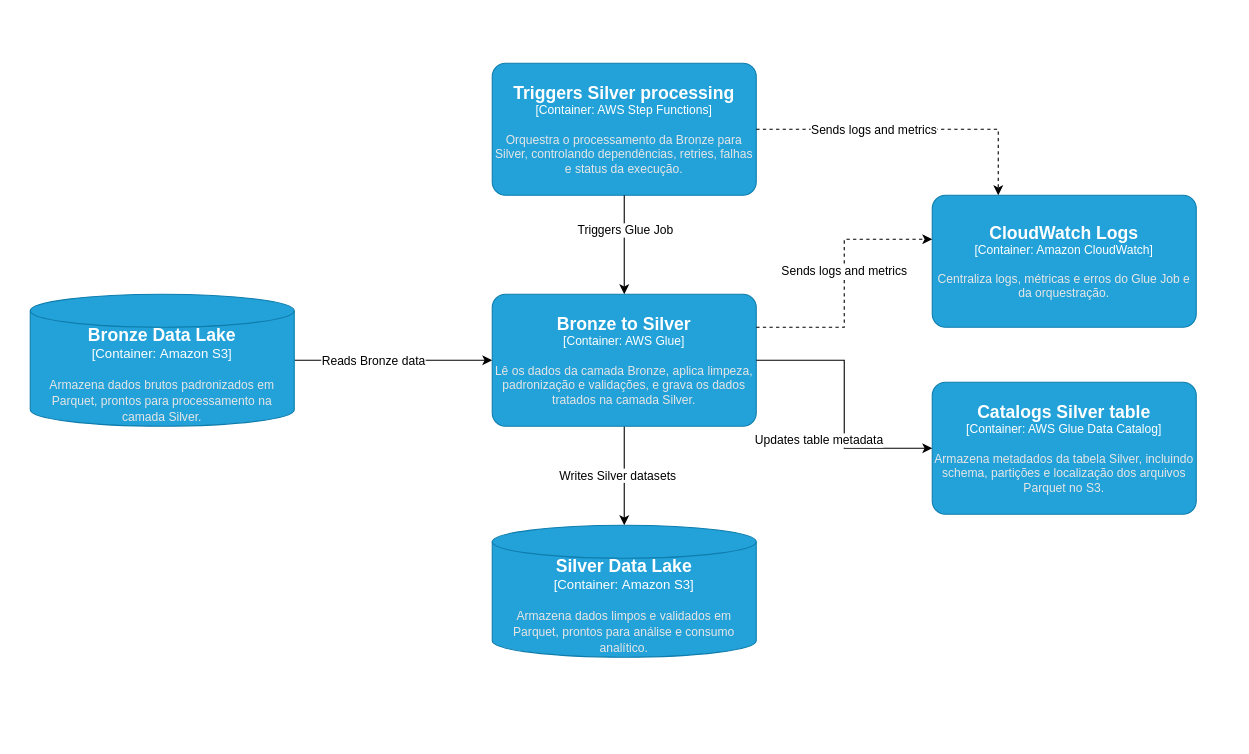
Above: architecture/c4/c3_bronze_to_silver_flow.drawio in lleonardo-p/data_masters (draw.io), before the change. Source tidied: cells renumbered, new cells numbered last; positions are measured from the earlier drawing's top-left corner, leaving out a move shared by most shapes. Both pictures are drawn from the tidied source at 110%, with x=0, y=0 at pixel (30, 63).
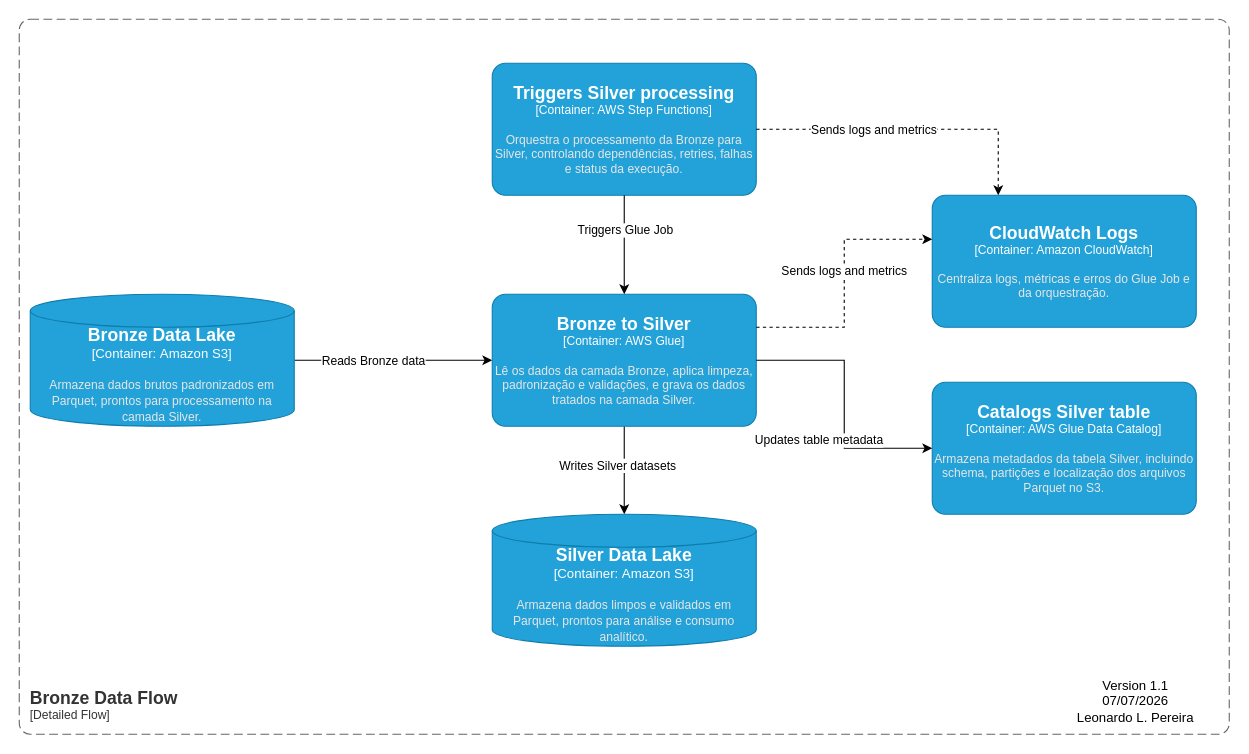
The same diagram, later.

The change refers to these unchanged cells:
```xml
<object id="6" label="&lt;font style=&quot;font-size: 16px&quot;&gt;&lt;b&gt;%c4Name%&lt;/b&gt;&lt;/font&gt;&lt;div&gt;[%c4Type%: %c4Technology%]&lt;/div&gt;&lt;br&gt;&lt;div&gt;&lt;font style=&quot;font-size: 11px&quot;&gt;&lt;font color=&quot;#E6E6E6&quot;&gt;%c4Description%&lt;/font&gt;&lt;/div&gt;" c4Description="Lê os dados da camada Bronze, aplica limpeza, padronização e validações, e grava os dados tratados na camada Silver." c4Name="Bronze to Silver" c4Technology="AWS Glue" c4Type="Container" placeholders="1">
  <mxCell style="rounded=1;whiteSpace=wrap;html=1;fontSize=11;labelBackgroundColor=none;fillColor=#23A2D9;fontColor=#ffffff;align=center;arcSize=10;strokeColor=#0E7DAD;points=[[0.25,0,0],[0.5,0,0],[0.75,0,0],[1,0.25,0],[1,0.5,0],[1,0.75,0],[0.75,1,0],[0.5,1,0],[0.25,1,0],[0,0.75,0],[0,0.5,0],[0,0.25,0]];" parent="1" vertex="1">
    <mxGeometry x="420" y="210" width="240" height="120" as="geometry" />
  </mxCell>
</object>
```

Diff of the diagram source:
```diff
@@
-    <mxCell id="4" style="edgeStyle=orthogonalEdgeStyle;rounded=0;jettySize=auto;html=1;exitX=0.5;exitY=1;exitDx=0;exitDy=0;exitPerimeter=0;" parent="1" edge="1" source="6">
-      <mxGeometry relative="1" as="geometry">
-        <mxPoint x="540" y="420" as="targetPoint" />
-      </mxGeometry>
+    <mxCell id="4" style="edgeStyle=orthogonalEdgeStyle;rounded=0;jettySize=auto;html=1;exitX=0.5;exitY=1;exitDx=0;exitDy=0;exitPerimeter=0;entryX=0.5;entryY=0;entryDx=0;entryDy=0;entryPerimeter=0;" parent="1" edge="1" source="6" target="21">
+      <mxGeometry relative="1" as="geometry" />
     </mxCell>
     <mxCell id="5" value="Writes Silver datasets" style="edgeLabel;html=1;align=center;verticalAlign=middle;" parent="4" vertex="1">
       <mxGeometry x="-0.07" y="2" relative="1" as="geometry">
-        <mxPoint x="-9" y="2" as="offset" />
+        <mxPoint x="-9" y="-2" as="offset" />
       </mxGeometry>
     </mxCell>
@@
     <object id="21" label="&lt;font style=&quot;font-size: 16px&quot;&gt;&lt;b&gt;%c4Name%&lt;/b&gt;&lt;/font&gt;&lt;div&gt;[%c4Type%:&amp;nbsp;%c4Technology%]&lt;/div&gt;&lt;br&gt;&lt;div&gt;&lt;font style=&quot;font-size: 11px&quot;&gt;&lt;font color=&quot;#E6E6E6&quot;&gt;%c4Description%&lt;/font&gt;&lt;/div&gt;" c4Description="Armazena dados limpos e validados em Parquet, prontos para análise e consumo analítico." c4Name="Silver Data Lake" c4Technology="Amazon S3" c4Type="Container" placeholders="1">
       <mxCell style="shape=cylinder3;size=15;whiteSpace=wrap;html=1;boundedLbl=1;rounded=0;labelBackgroundColor=none;fillColor=#23A2D9;fontSize=12;fontColor=#ffffff;align=center;strokeColor=#0E7DAD;points=[[0.5,0,0],[1,0.25,0],[1,0.5,0],[1,0.75,0],[0.5,1,0],[0,0.75,0],[0,0.5,0],[0,0.25,0]];" parent="1" vertex="1">
-        <mxGeometry x="420" y="420" width="240" height="120" as="geometry" />
+        <mxGeometry x="420" y="410" width="240" height="120" as="geometry" />
       </mxCell>
     </object>
+    <object id="22" label="&lt;font style=&quot;font-size: 16px&quot;&gt;&lt;b&gt;&lt;div style=&quot;text-align: left&quot;&gt;%c4Name%&lt;/div&gt;&lt;/b&gt;&lt;/font&gt;&lt;div style=&quot;text-align: left&quot;&gt;[%c4Application%]&lt;/div&gt;" c4Application="Detailed Flow" c4Name="Bronze Data Flow" placeholders="1">
+      <mxCell style="rounded=1;fontSize=11;whiteSpace=wrap;html=1;dashed=1;arcSize=20;fillColor=none;strokeColor=#666666;fontColor=#333333;labelBackgroundColor=none;align=left;verticalAlign=bottom;labelBorderColor=none;spacingTop=0;spacing=10;dashPattern=8 4;perimeter=rectanglePerimeter;noLabel=0;labelPadding=0;absoluteArcSize=1;" parent="1" vertex="1">
+        <mxGeometry x="-10" y="-40" width="1100" height="650" as="geometry" />
+      </mxCell>
+    </object>
+    <mxCell id="23" value="Version 1.1&lt;div&gt;07/07/2026&lt;/div&gt;&lt;div&gt;Leonardo L. Pereira&lt;/div&gt;" style="text;html=1;whiteSpace=wrap;strokeColor=none;fillColor=none;align=center;verticalAlign=middle;rounded=0;" parent="1" vertex="1">
+      <mxGeometry x="930" y="565" width="150" height="30" as="geometry" />
+    </mxCell>
```
